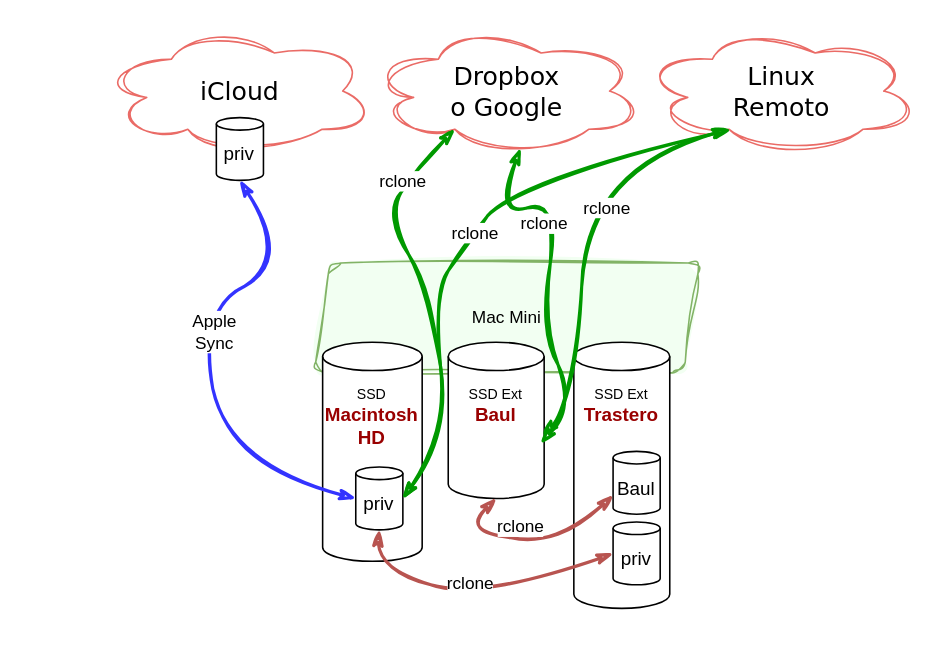
Above: docs/assets/img/posts/2023-11-13-rclone-05.drawio in LuisPalacios/LuisPalacios.github.io (draw.io), before the change. Source tidied: cells renumbered, new cells numbered last; positions are measured from the earlier drawing's top-left corner, leaving out a move shared by most shapes. Both pictures are drawn from the tidied source at 157%, with x=0, y=0 at pixel (102, 27).
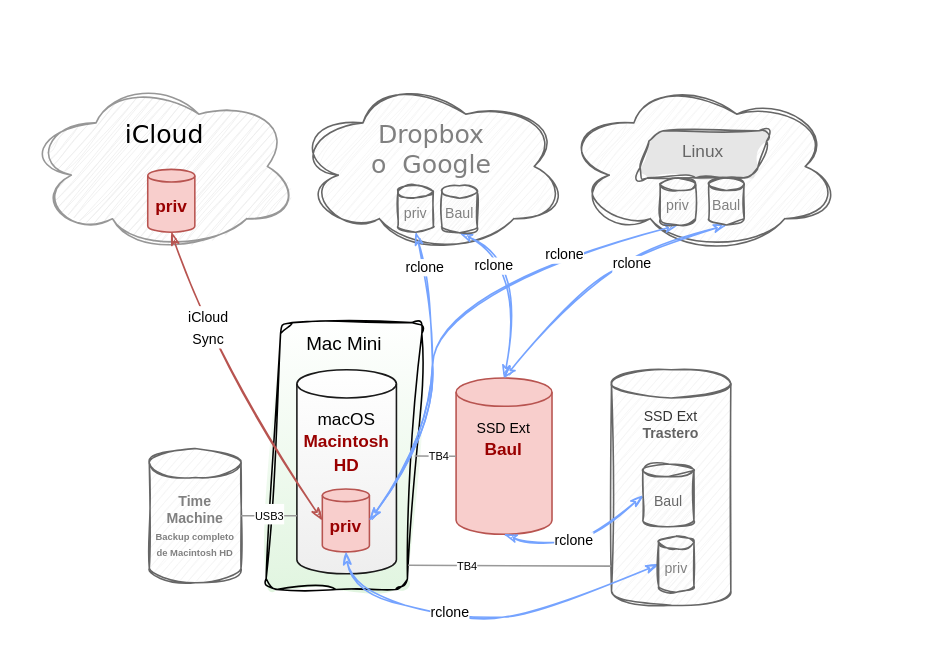
The same page after the edit.

What changed in the source:
```diff
@@
+    <mxCell id="5" style="ellipse;shape=cloud;whiteSpace=wrap;html=1;fillColor=#f5f5f5;strokeColor=#666666;fontSize=16;sketch=1;curveFitting=1;jiggle=2;fontFamily=Verdana;labelPosition=center;verticalLabelPosition=middle;align=center;verticalAlign=top;fontColor=#333333;" parent="1" vertex="1">
+      <mxGeometry x="294.6" y="33" width="174.6" height="111" as="geometry" />
+    </mxCell>
+    <mxCell id="8" value="&lt;font style=&quot;font-size: 9px;&quot;&gt;SSD Ext&lt;br&gt;&lt;/font&gt;&lt;b style=&quot;&quot;&gt;&lt;font color=&quot;#636363&quot;&gt;Trastero&lt;/font&gt;&lt;/b&gt;" style="shape=cylinder3;whiteSpace=wrap;html=1;boundedLbl=1;backgroundOutline=1;size=9;verticalAlign=top;fontSize=9;fillColor=#f5f5f5;strokeColor=#666666;fontColor=#333333;sketch=1;curveFitting=1;jiggle=1;" parent="1" vertex="1">
+      <mxGeometry x="324" y="218" width="76" height="150" as="geometry" />
+    </mxCell>
-    <mxCell id="2" value="Mac Mini" style="shape=parallelogram;perimeter=parallelogramPerimeter;whiteSpace=wrap;html=1;fixedSize=1;size=9.999999999999886;rounded=1;fontSize=11;strokeWidth=1;sketch=1;curveFitting=1;jiggle=2;fillColor=#F2FFF2;strokeColor=#82b366;fillStyle=solid;arcSize=14;" parent="1" vertex="1">
-      <mxGeometry x="134.6" y="150" width="245.4" height="70" as="geometry" />
+    <mxCell id="2" value="Mac Mini" style="shape=parallelogram;perimeter=parallelogramPerimeter;whiteSpace=wrap;html=1;fixedSize=1;size=9.999999999999886;rounded=1;fontSize=12;strokeWidth=1;sketch=1;curveFitting=1;jiggle=2;fillColor=#FFFFFF;strokeColor=#000000;fillStyle=solid;arcSize=14;verticalAlign=top;gradientColor=#E1F5E0;" parent="1" vertex="1">
+      <mxGeometry x="103.6" y="188" width="100" height="170" as="geometry" />
     </mxCell>
-    <mxCell id="3" value="iCloud" style="ellipse;shape=cloud;whiteSpace=wrap;html=1;fillColor=none;strokeColor=#EA6B66;fontSize=16;sketch=1;curveFitting=1;jiggle=2;fontFamily=Verdana;labelPosition=center;verticalLabelPosition=middle;align=center;verticalAlign=middle;" parent="1" vertex="1">
-      <mxGeometry width="174.6" height="81" as="geometry" />
+    <mxCell id="3" value="&lt;br&gt;iCloud" style="ellipse;shape=cloud;whiteSpace=wrap;html=1;fillColor=#EEEEEE;strokeColor=#979797;fontSize=16;sketch=1;curveFitting=1;jiggle=2;fontFamily=Verdana;labelPosition=center;verticalLabelPosition=middle;align=center;verticalAlign=top;fillStyle=hachure;gradientColor=#979797;gradientDirection=north;" parent="1" vertex="1">
+      <mxGeometry x="-48" y="33" width="174.6" height="111" as="geometry" />
     </mxCell>
-    <mxCell id="4" value="Dropbox&lt;br&gt;o Google" style="ellipse;shape=cloud;whiteSpace=wrap;html=1;fillColor=none;strokeColor=#EA6B66;fontSize=16;sketch=1;curveFitting=1;jiggle=2;fontFamily=Verdana;labelPosition=center;verticalLabelPosition=middle;align=center;verticalAlign=middle;" parent="1" vertex="1">
-      <mxGeometry x="170" width="174.6" height="81" as="geometry" />
+    <mxCell id="4" value="&lt;font color=&quot;#808080&quot;&gt;&lt;br&gt;Dropbox&lt;br&gt;o&amp;nbsp; Google&lt;/font&gt;" style="ellipse;shape=cloud;whiteSpace=wrap;html=1;fillColor=#f5f5f5;strokeColor=#666666;fontSize=16;sketch=1;curveFitting=1;jiggle=2;fontFamily=Verdana;labelPosition=center;verticalLabelPosition=middle;align=center;verticalAlign=top;fontColor=#333333;" parent="1" vertex="1">
+      <mxGeometry x="122" y="33" width="174.6" height="111" as="geometry" />
     </mxCell>
-    <mxCell id="5" value="Linux&lt;br&gt;Remoto" style="ellipse;shape=cloud;whiteSpace=wrap;html=1;fillColor=none;strokeColor=#EA6B66;fontSize=16;sketch=1;curveFitting=1;jiggle=2;fontFamily=Verdana;labelPosition=center;verticalLabelPosition=middle;align=center;verticalAlign=middle;" parent="1" vertex="1">
-      <mxGeometry x="344.6" width="174.6" height="81" as="geometry" />
-    </mxCell>
-    <mxCell id="6" value="priv" style="shape=cylinder3;whiteSpace=wrap;html=1;boundedLbl=1;backgroundOutline=1;size=4;" parent="1" vertex="1">
-      <mxGeometry x="72.3" y="57.4" width="30" height="40" as="geometry" />
+    <mxCell id="6" value="&lt;b style=&quot;border-color: var(--border-color); color: rgb(153, 0, 0); font-size: 11px;&quot;&gt;priv&lt;/b&gt;" style="shape=cylinder3;whiteSpace=wrap;html=1;boundedLbl=1;backgroundOutline=1;size=4;fillColor=#f8cecc;strokeColor=#b85450;" parent="1" vertex="1">
+      <mxGeometry x="28.6" y="90.4" width="30" height="40" as="geometry" />
     </mxCell>
-    <mxCell id="7" value="&lt;font style=&quot;font-size: 9px;&quot;&gt;SSD Ext&lt;/font&gt; &lt;font color=&quot;#990000&quot;&gt;&lt;b&gt;Baul&lt;/b&gt;&lt;/font&gt;" style="shape=cylinder3;whiteSpace=wrap;html=1;boundedLbl=1;backgroundOutline=1;size=9;verticalAlign=top;" parent="1" vertex="1">
-      <mxGeometry x="220" y="200.5" width="61.1" height="99.5" as="geometry" />
+    <mxCell id="7" value="&lt;font style=&quot;font-size: 9px;&quot;&gt;SSD Ext&lt;/font&gt; &lt;font size=&quot;1&quot; color=&quot;#990000&quot;&gt;&lt;b style=&quot;font-size: 11px;&quot;&gt;Baul&lt;/b&gt;&lt;/font&gt;" style="shape=cylinder3;whiteSpace=wrap;html=1;boundedLbl=1;backgroundOutline=1;size=9;verticalAlign=top;fillColor=#f8cecc;strokeColor=#b85450;" parent="1" vertex="1">
+      <mxGeometry x="225" y="223.3" width="61.1" height="99.5" as="geometry" />
     </mxCell>
-    <mxCell id="8" value="&lt;font style=&quot;font-size: 9px;&quot;&gt;SSD Ext&lt;br&gt;&lt;/font&gt;&lt;font color=&quot;#990000&quot;&gt;&lt;b&gt;Trastero&lt;/b&gt;&lt;/font&gt;" style="shape=cylinder3;whiteSpace=wrap;html=1;boundedLbl=1;backgroundOutline=1;size=9;verticalAlign=top;" parent="1" vertex="1">
-      <mxGeometry x="300" y="200.5" width="61.1" height="169.5" as="geometry" />
-    </mxCell>
-    <mxCell id="9" value="&lt;font style=&quot;font-size: 9px;&quot;&gt;SSD&lt;/font&gt; &lt;font color=&quot;#990000&quot;&gt;&lt;b&gt;Macintosh HD&lt;/b&gt;&lt;/font&gt;" style="shape=cylinder3;whiteSpace=wrap;html=1;boundedLbl=1;backgroundOutline=1;size=9;verticalAlign=top;" parent="1" vertex="1">
-      <mxGeometry x="140" y="200.5" width="63.4" height="139.5" as="geometry" />
+    <mxCell id="9" value="&lt;font style=&quot;font-size: 11px;&quot;&gt;&lt;font style=&quot;font-size: 11px;&quot;&gt;macOS&lt;/font&gt; &lt;font style=&quot;font-size: 11px;&quot; color=&quot;#990000&quot;&gt;&lt;b&gt;Macintosh HD&lt;/b&gt;&lt;/font&gt;&lt;/font&gt;" style="shape=cylinder3;whiteSpace=wrap;html=1;boundedLbl=1;backgroundOutline=1;size=9;verticalAlign=top;fillColor=#FFFFFF;strokeColor=#1A1A1A;gradientColor=#EEEEEE;" parent="1" vertex="1">
+      <mxGeometry x="123.6" y="218" width="63.4" height="130" as="geometry" />
     </mxCell>
-    <mxCell id="10" value="priv" style="shape=cylinder3;whiteSpace=wrap;html=1;boundedLbl=1;backgroundOutline=1;size=4;" parent="1" vertex="1">
-      <mxGeometry x="161.1" y="280" width="30" height="40" as="geometry" />
+    <mxCell id="10" value="&lt;b style=&quot;border-color: var(--border-color); color: rgb(153, 0, 0); font-size: 11px;&quot;&gt;priv&lt;/b&gt;" style="shape=cylinder3;whiteSpace=wrap;html=1;boundedLbl=1;backgroundOutline=1;size=4;fillColor=#f8cecc;strokeColor=#b85450;" parent="1" vertex="1">
+      <mxGeometry x="139.8" y="294" width="30" height="40" as="geometry" />
     </mxCell>
-    <mxCell id="11" value="Baul" style="shape=cylinder3;whiteSpace=wrap;html=1;boundedLbl=1;backgroundOutline=1;size=4;" parent="1" vertex="1">
-      <mxGeometry x="325" y="270" width="30" height="40" as="geometry" />
-    </mxCell>
-    <mxCell id="12" value="priv" style="shape=cylinder3;whiteSpace=wrap;html=1;boundedLbl=1;backgroundOutline=1;size=4;" parent="1" vertex="1">
-      <mxGeometry x="325" y="315" width="30" height="40" as="geometry" />
-    </mxCell>
-    <mxCell id="13" style="endArrow=classicThin;html=1;curved=1;strokeColor=#3333FF;strokeWidth=2;sketch=1;curveFitting=1;jiggle=1;exitX=0;exitY=0.5;exitDx=0;exitDy=0;startArrow=classicThin;startFill=1;endFill=1;entryX=0.5;entryY=1;entryDx=0;entryDy=0;exitPerimeter=0;entryPerimeter=0;" parent="1" edge="1" source="10" target="6">
+    <mxCell id="13" style="endArrow=classicThin;html=1;curved=1;strokeColor=#b85450;strokeWidth=1;sketch=1;curveFitting=1;jiggle=1;exitX=0;exitY=0.5;exitDx=0;exitDy=0;startArrow=classicThin;startFill=1;endFill=1;entryX=0.5;entryY=1;entryDx=0;entryDy=0;exitPerimeter=0;entryPerimeter=0;fillColor=#f8cecc;" parent="1" edge="1" source="10" target="6">
       <mxGeometry relative="1" as="geometry">
         <Array as="points">
-          <mxPoint x="80" y="280" />
-          <mxPoint x="60" y="180" />
-          <mxPoint x="120" y="150" />
+          <mxPoint x="70" y="210" />
         </Array>
       </mxGeometry>
     </mxCell>
-    <mxCell id="14" value="Apple&lt;br&gt;Sync" style="edgeLabel;html=1;align=center;verticalAlign=middle;" parent="13" vertex="1">
-      <mxGeometry x="0.08" y="-8" relative="1" as="geometry" />
+    <mxCell id="14" value="&lt;font style=&quot;font-size: 9px;&quot;&gt;iCloud&lt;br&gt;Sync&lt;/font&gt;" style="edgeLabel;html=1;align=center;verticalAlign=middle;" parent="13" vertex="1">
+      <mxGeometry x="0.08" y="-8" relative="1" as="geometry">
+        <mxPoint x="-17" y="-25" as="offset" />
+      </mxGeometry>
     </mxCell>
-    <mxCell id="15" style="endArrow=classicThin;html=1;curved=1;strokeColor=#b85450;strokeWidth=2;sketch=1;curveFitting=1;jiggle=1;exitX=0;exitY=0.5;exitDx=0;exitDy=0;startArrow=classicThin;startFill=1;endFill=1;entryX=0.5;entryY=1;entryDx=0;entryDy=0;exitPerimeter=0;entryPerimeter=0;fillColor=#f8cecc;" parent="1" edge="1" source="12" target="10">
+    <mxCell id="15" style="endArrow=classicThin;html=1;curved=1;strokeColor=#75A3FF;strokeWidth=1;sketch=1;curveFitting=1;jiggle=1;exitX=0;exitY=0.5;exitDx=0;exitDy=0;startArrow=classicThin;startFill=1;endFill=1;entryX=0.5;entryY=1;entryDx=0;entryDy=0;exitPerimeter=0;entryPerimeter=0;fillColor=#f8cecc;arcSize=20;" parent="1" edge="1" source="34" target="10">
       <mxGeometry relative="1" as="geometry">
         <Array as="points">
-          <mxPoint x="243.9" y="365" />
-          <mxPoint x="173.9" y="345" />
+          <mxPoint x="283.6" y="373" />
+          <mxPoint x="227.5" y="378" />
+          <mxPoint x="157.5" y="358" />
         </Array>
       </mxGeometry>
     </mxCell>
-    <mxCell id="16" value="rclone" style="edgeLabel;html=1;align=center;verticalAlign=middle;" parent="15" vertex="1">
-      <mxGeometry x="0.08" y="-8" relative="1" as="geometry" />
+    <mxCell id="16" value="rclone" style="edgeLabel;html=1;align=center;verticalAlign=middle;fontSize=9;" parent="15" vertex="1">
+      <mxGeometry x="0.08" y="-8" relative="1" as="geometry">
+        <mxPoint x="-16" y="3" as="offset" />
+      </mxGeometry>
     </mxCell>
-    <mxCell id="17" style="endArrow=classicThin;html=1;curved=1;strokeColor=#b85450;strokeWidth=2;sketch=1;curveFitting=1;jiggle=1;exitX=0;exitY=0;exitDx=0;exitDy=28;startArrow=classicThin;startFill=1;endFill=1;entryX=0.5;entryY=1;entryDx=0;entryDy=0;exitPerimeter=0;entryPerimeter=0;fillColor=#f8cecc;" parent="1" edge="1" source="11" target="7">
+    <mxCell id="17" style="endArrow=classicThin;html=1;curved=1;strokeColor=#75A3FF;strokeWidth=1;sketch=1;curveFitting=1;jiggle=1;exitX=0;exitY=0.5;exitDx=0;exitDy=0;startArrow=classicThin;startFill=1;endFill=1;entryX=0.5;entryY=1;entryDx=0;entryDy=0;exitPerimeter=0;entryPerimeter=0;fillColor=#f8cecc;arcSize=20;" parent="1" edge="1" source="35" target="7">
       <mxGeometry relative="1" as="geometry">
         <Array as="points">
-          <mxPoint x="290" y="330" />
-          <mxPoint x="230" y="320" />
+          <mxPoint x="310" y="328" />
+          <mxPoint x="270" y="328" />
         </Array>
       </mxGeometry>
     </mxCell>
-    <mxCell id="18" value="rclone" style="edgeLabel;html=1;align=center;verticalAlign=middle;" parent="17" vertex="1">
-      <mxGeometry x="0.08" y="-8" relative="1" as="geometry" />
+    <mxCell id="18" value="rclone" style="edgeLabel;html=1;align=center;verticalAlign=middle;fontSize=9;" parent="17" vertex="1">
+      <mxGeometry x="0.08" y="-8" relative="1" as="geometry">
+        <mxPoint x="-2" y="6" as="offset" />
+      </mxGeometry>
     </mxCell>
-    <mxCell id="19" style="endArrow=classicThin;html=1;curved=1;strokeColor=#009900;strokeWidth=2;sketch=1;curveFitting=1;jiggle=1;exitX=0.31;exitY=0.8;exitDx=0;exitDy=0;startArrow=classicThin;startFill=1;endFill=1;entryX=1;entryY=0.5;entryDx=0;entryDy=0;exitPerimeter=0;entryPerimeter=0;fillColor=#f8cecc;" parent="1" edge="1" source="4" target="10">
+    <mxCell id="19" style="endArrow=classicThin;html=1;curved=1;strokeColor=#75A3FF;strokeWidth=1;sketch=1;curveFitting=1;jiggle=1;exitX=0.5;exitY=1;exitDx=0;exitDy=0;startArrow=classicThin;startFill=1;endFill=1;entryX=1;entryY=0.5;entryDx=0;entryDy=0;exitPerimeter=0;entryPerimeter=0;fillColor=#f8cecc;arcSize=20;" parent="1" edge="1" source="32" target="10">
       <mxGeometry relative="1" as="geometry">
         <Array as="points">
-          <mxPoint x="200" y="90" />
-          <mxPoint x="180" y="120" />
           <mxPoint x="210" y="170" />
-          <mxPoint x="220" y="260" />
+          <mxPoint x="210" y="260" />
         </Array>
       </mxGeometry>
     </mxCell>
-    <mxCell id="20" value="rclone" style="edgeLabel;html=1;align=center;verticalAlign=middle;" parent="19" vertex="1">
+    <mxCell id="20" value="rclone" style="edgeLabel;html=1;align=center;verticalAlign=middle;fontSize=9;" parent="19" vertex="1">
       <mxGeometry x="0.08" y="-8" relative="1" as="geometry">
-        <mxPoint x="-13" y="-89" as="offset" />
+        <mxPoint x="2" y="-83" as="offset" />
       </mxGeometry>
     </mxCell>
-    <mxCell id="21" style="endArrow=classicThin;html=1;curved=1;strokeColor=#009900;strokeWidth=2;sketch=1;curveFitting=1;jiggle=1;exitX=0.55;exitY=0.95;exitDx=0;exitDy=0;startArrow=classicThin;startFill=1;endFill=1;entryX=0.965;entryY=0.648;entryDx=0;entryDy=0;exitPerimeter=0;entryPerimeter=0;fillColor=#f8cecc;" parent="1" edge="1" source="4" target="7">
+    <mxCell id="21" style="endArrow=classicThin;html=1;curved=1;strokeColor=#75A3FF;strokeWidth=1;sketch=1;curveFitting=1;jiggle=1;exitX=0.5;exitY=1;exitDx=0;exitDy=0;startArrow=classicThin;startFill=1;endFill=1;exitPerimeter=0;fillColor=#f8cecc;arcSize=20;entryX=0.5;entryY=0;entryDx=0;entryDy=0;entryPerimeter=0;" parent="1" edge="1" source="33" target="7">
       <mxGeometry relative="1" as="geometry">
         <Array as="points">
-          <mxPoint x="250" y="120" />
-          <mxPoint x="290" y="110" />
-          <mxPoint x="280" y="190" />
-          <mxPoint x="300" y="240" />
+          <mxPoint x="270" y="150" />
         </Array>
       </mxGeometry>
     </mxCell>
-    <mxCell id="22" value="rclone" style="edgeLabel;html=1;align=center;verticalAlign=middle;" parent="21" vertex="1">
+    <mxCell id="22" value="rclone" style="edgeLabel;html=1;align=center;verticalAlign=middle;fontSize=9;" parent="21" vertex="1">
       <mxGeometry x="0.08" y="-8" relative="1" as="geometry">
-        <mxPoint x="5" y="-34" as="offset" />
+        <mxPoint x="-10" y="-16" as="offset" />
       </mxGeometry>
     </mxCell>
-    <mxCell id="23" style="endArrow=classicThin;html=1;curved=1;strokeColor=#009900;strokeWidth=2;sketch=1;curveFitting=1;jiggle=1;exitX=0.31;exitY=0.8;exitDx=0;exitDy=0;startArrow=classicThin;startFill=1;endFill=1;exitPerimeter=0;fillColor=#f8cecc;" parent="1" edge="1" source="5">
+    <mxCell id="23" style="endArrow=classicThin;html=1;curved=1;strokeColor=#75A3FF;strokeWidth=1;sketch=1;curveFitting=1;jiggle=1;exitX=0.5;exitY=1;exitDx=0;exitDy=0;startArrow=classicThin;startFill=1;endFill=1;exitPerimeter=0;fillColor=#f8cecc;arcSize=20;entryX=0.5;entryY=0;entryDx=0;entryDy=0;entryPerimeter=0;" parent="1" edge="1" source="40" target="7">
       <mxGeometry relative="1" as="geometry">
-        <mxPoint x="280" y="260" as="targetPoint" />
         <Array as="points">
-          <mxPoint x="310" y="90" />
-          <mxPoint x="300" y="240" />
+          <mxPoint x="350" y="140" />
+          <mxPoint x="300" y="170" />
         </Array>
       </mxGeometry>
     </mxCell>
-    <mxCell id="24" value="rclone" style="edgeLabel;html=1;align=center;verticalAlign=middle;" parent="23" vertex="1">
+    <mxCell id="24" value="rclone" style="edgeLabel;html=1;align=center;verticalAlign=middle;fontSize=9;" parent="23" vertex="1">
       <mxGeometry x="0.08" y="-8" relative="1" as="geometry">
-        <mxPoint x="22" y="-29" as="offset" />
+        <mxPoint x="31" y="-7" as="offset" />
       </mxGeometry>
     </mxCell>
-    <mxCell id="25" style="endArrow=classicThin;html=1;curved=1;strokeColor=#009900;strokeWidth=2;sketch=1;curveFitting=1;jiggle=1;startArrow=classicThin;startFill=1;endFill=1;fillColor=#f8cecc;" parent="1" edge="1">
+    <mxCell id="25" style="endArrow=classicThin;html=1;curved=1;strokeColor=#75A3FF;strokeWidth=1;sketch=1;curveFitting=1;jiggle=1;startArrow=classicThin;startFill=1;endFill=1;fillColor=#f8cecc;exitX=0.5;exitY=1;exitDx=0;exitDy=0;exitPerimeter=0;arcSize=20;entryX=1;entryY=0.5;entryDx=0;entryDy=0;entryPerimeter=0;" parent="1" edge="1" source="39" target="10">
       <mxGeometry relative="1" as="geometry">
-        <mxPoint x="400" y="65" as="sourcePoint" />
-        <mxPoint x="191" y="300" as="targetPoint" />
         <Array as="points">
-          <mxPoint x="260" y="100" />
-          <mxPoint x="230" y="140" />
           <mxPoint x="210" y="170" />
-          <mxPoint x="220" y="260" />
+          <mxPoint x="210" y="260" />
         </Array>
       </mxGeometry>
     </mxCell>
-    <mxCell id="26" value="rclone" style="edgeLabel;html=1;align=center;verticalAlign=middle;" parent="25" vertex="1">
-      <mxGeometry x="-0.01" relative="1" as="geometry" />
+    <mxCell id="26" value="rclone" style="edgeLabel;html=1;align=center;verticalAlign=middle;fontSize=9;" parent="25" vertex="1">
+      <mxGeometry x="-0.01" relative="1" as="geometry">
+        <mxPoint x="79" y="-24" as="offset" />
+      </mxGeometry>
     </mxCell>
+    <mxCell id="27" value="&lt;b style=&quot;&quot;&gt;&lt;font color=&quot;#808080&quot;&gt;Time&lt;br&gt;Machine&lt;br&gt;&lt;/font&gt;&lt;font color=&quot;#808080&quot; style=&quot;font-size: 6px;&quot;&gt;Backup completo de Macintosh HD&lt;/font&gt;&lt;br&gt;&lt;/b&gt;" style="shape=cylinder3;whiteSpace=wrap;html=1;boundedLbl=1;backgroundOutline=1;size=9.214285714285836;verticalAlign=middle;fillColor=#f5f5f5;fontColor=#333333;strokeColor=#666666;sketch=1;curveFitting=1;jiggle=1;fontSize=9;" parent="1" vertex="1">
+      <mxGeometry x="29.6" y="268.2" width="58.4" height="85.5" as="geometry" />
+    </mxCell>
+    <mxCell id="28" style="endArrow=none;html=1;rounded=0;exitX=1;exitY=0.5;exitDx=0;exitDy=0;entryX=0;entryY=0.5;entryDx=0;entryDy=0;entryPerimeter=0;strokeColor=#999999;" parent="1" edge="1" source="2" target="7">
+      <mxGeometry relative="1" as="geometry" />
+    </mxCell>
+    <mxCell id="29" value="&lt;font style=&quot;font-size: 7px;&quot;&gt;TB4&lt;/font&gt;" style="edgeLabel;html=1;align=center;verticalAlign=middle;" parent="28" vertex="1">
+      <mxGeometry x="-0.46" relative="1" as="geometry">
+        <mxPoint x="8" y="-2" as="offset" />
+      </mxGeometry>
+    </mxCell>
+    <mxCell id="30" style="endArrow=none;html=1;rounded=0;exitX=1;exitY=1;exitDx=0;exitDy=0;entryX=-0.002;entryY=0.834;entryDx=0;entryDy=0;entryPerimeter=0;strokeColor=#999999;" parent="1" edge="1" source="2" target="8">
+      <mxGeometry relative="1" as="geometry" />
+    </mxCell>
+    <mxCell id="31" value="&lt;font style=&quot;font-size: 7px;&quot;&gt;TB4&lt;/font&gt;" style="edgeLabel;html=1;align=center;verticalAlign=middle;" parent="30" vertex="1">
+      <mxGeometry x="-0.43" y="1" relative="1" as="geometry" />
+    </mxCell>
+    <mxCell id="32" value="&lt;font color=&quot;#808080&quot;&gt;priv&lt;/font&gt;" style="shape=cylinder3;whiteSpace=wrap;html=1;boundedLbl=1;backgroundOutline=1;size=4;fillColor=#f5f5f5;strokeColor=#666666;fontSize=9;fontColor=#333333;sketch=1;curveFitting=1;jiggle=1;" parent="1" vertex="1">
+      <mxGeometry x="188" y="100.4" width="22.5" height="30" as="geometry" />
+    </mxCell>
+    <mxCell id="33" value="&lt;font color=&quot;#808080&quot;&gt;Baul&lt;/font&gt;" style="shape=cylinder3;whiteSpace=wrap;html=1;boundedLbl=1;backgroundOutline=1;size=4;fillColor=#f5f5f5;strokeColor=#666666;fontSize=9;fontColor=#333333;sketch=1;curveFitting=1;jiggle=1;" parent="1" vertex="1">
+      <mxGeometry x="216" y="100.8" width="22.5" height="30" as="geometry" />
+    </mxCell>
+    <mxCell id="34" value="&lt;font color=&quot;#808080&quot;&gt;priv&lt;/font&gt;" style="shape=cylinder3;whiteSpace=wrap;html=1;boundedLbl=1;backgroundOutline=1;size=4;fillColor=#f5f5f5;strokeColor=#666666;fontSize=9;fontColor=#333333;sketch=1;curveFitting=1;jiggle=1;" parent="1" vertex="1">
+      <mxGeometry x="354" y="324" width="22.5" height="35.7" as="geometry" />
+    </mxCell>
+    <mxCell id="35" value="&lt;font color=&quot;#666666&quot;&gt;Baul&lt;/font&gt;" style="shape=cylinder3;whiteSpace=wrap;html=1;boundedLbl=1;backgroundOutline=1;size=4;fillColor=#f5f5f5;strokeColor=#666666;fontSize=9;fontColor=#333333;sketch=1;curveFitting=1;jiggle=1;" parent="1" vertex="1">
+      <mxGeometry x="344" y="278" width="32.5" height="40" as="geometry" />
+    </mxCell>
+    <mxCell id="36" style="endArrow=none;html=1;rounded=0;exitX=1;exitY=0.5;exitDx=0;exitDy=0;entryX=0;entryY=0;entryDx=0;entryDy=93;strokeColor=#999999;exitPerimeter=0;entryPerimeter=0;" parent="1" edge="1" source="27" target="9">
+      <mxGeometry relative="1" as="geometry" />
+    </mxCell>
+    <mxCell id="37" value="&lt;font style=&quot;font-size: 7px;&quot;&gt;USB3&lt;/font&gt;" style="edgeLabel;html=1;align=center;verticalAlign=middle;" parent="36" vertex="1">
+      <mxGeometry x="-0.24" y="1" relative="1" as="geometry">
+        <mxPoint x="3" as="offset" />
+      </mxGeometry>
+    </mxCell>
+    <mxCell id="38" value="&lt;font color=&quot;#666666&quot;&gt;Linux&lt;/font&gt;" style="shape=parallelogram;perimeter=parallelogramPerimeter;whiteSpace=wrap;html=1;fixedSize=1;size=9.999999999999886;rounded=1;fontSize=11;strokeWidth=1;sketch=1;curveFitting=1;jiggle=2;fillColor=#E6E6E6;strokeColor=#666666;fillStyle=solid;arcSize=14;verticalAlign=top;fontColor=#333333;" parent="1" vertex="1">
+      <mxGeometry x="340" y="65.8" width="85" height="30" as="geometry" />
+    </mxCell>
+    <mxCell id="39" value="&lt;font color=&quot;#808080&quot;&gt;priv&lt;/font&gt;" style="shape=cylinder3;whiteSpace=wrap;html=1;boundedLbl=1;backgroundOutline=1;size=4;fillColor=#f5f5f5;strokeColor=#666666;fontSize=9;fontColor=#333333;sketch=1;curveFitting=1;jiggle=1;" parent="1" vertex="1">
+      <mxGeometry x="355" y="95.8" width="22.5" height="30" as="geometry" />
+    </mxCell>
+    <mxCell id="40" value="&lt;font color=&quot;#808080&quot;&gt;Baul&lt;/font&gt;" style="shape=cylinder3;whiteSpace=wrap;html=1;boundedLbl=1;backgroundOutline=1;size=4;fillColor=#f5f5f5;strokeColor=#666666;fontSize=9;fontColor=#333333;sketch=1;curveFitting=1;jiggle=1;" parent="1" vertex="1">
+      <mxGeometry x="386" y="95.8" width="22.5" height="30" as="geometry" />
+    </mxCell>
```
